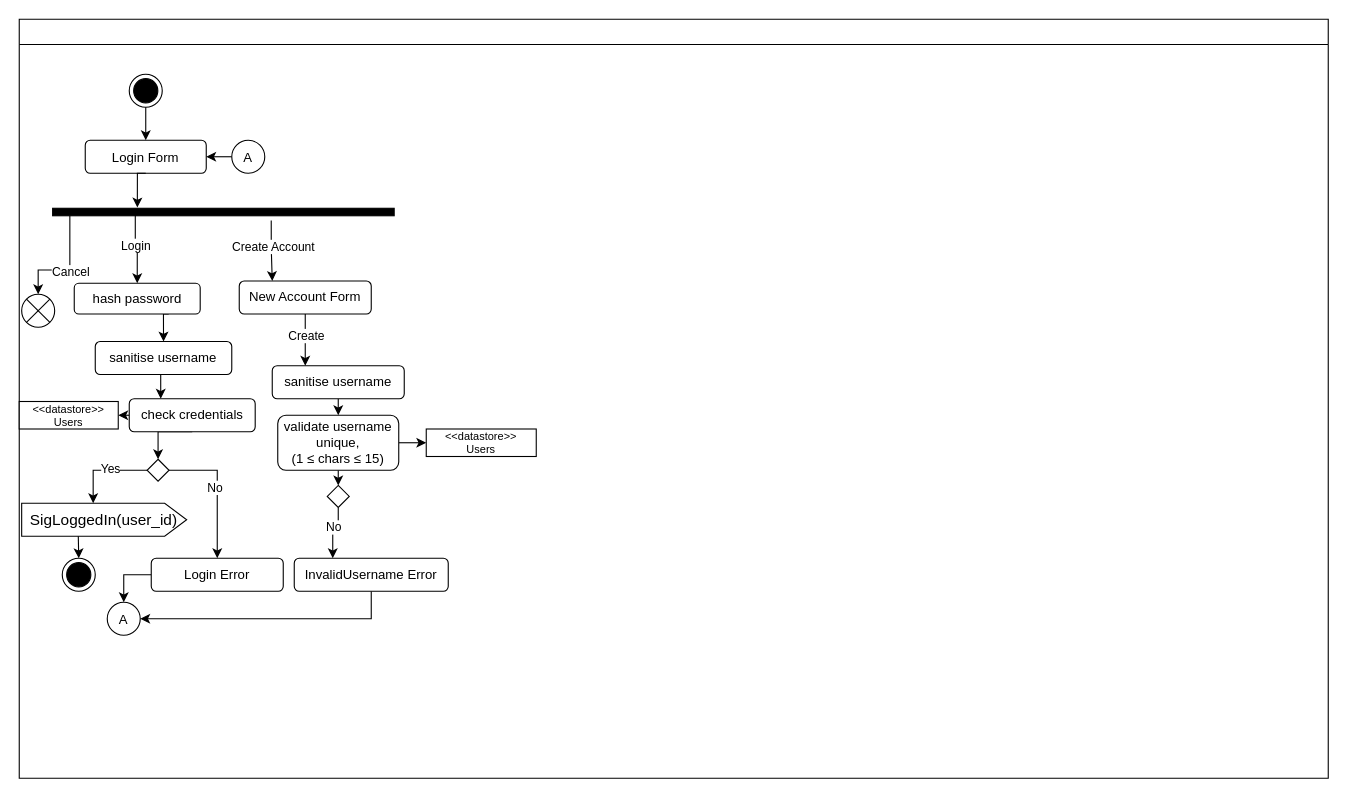
Before: Documentation/images/design/Login_System.drawio in JCSnelson/JSnelson-NEA, a draw.io diagram. Source tidied: cells renumbered, new cells numbered last; positions are measured from the earlier drawing's top-left corner, leaving out a move shared by most shapes. Both pictures are drawn from the tidied source at 110%, with x=0, y=0 at pixel (19, 19).
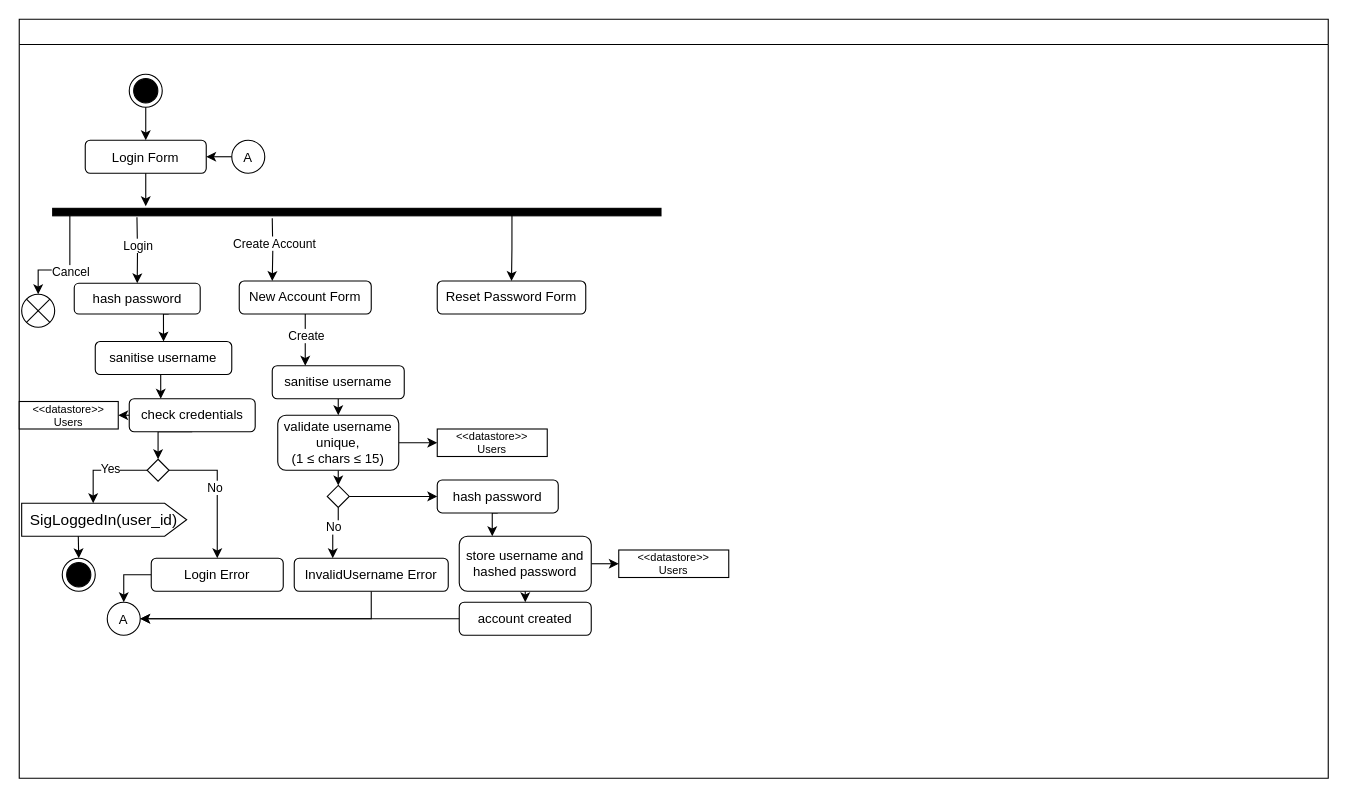
After the change.

Unchanged cells that the change refers to:
```xml
<mxCell id="2" style="swimlane;whiteSpace=wrap;" parent="1" vertex="1">
  <mxGeometry width="1190" height="690" as="geometry" />
</mxCell>
<mxCell id="3" value="Login Form" style="rounded=1;" parent="2" vertex="1">
  <mxGeometry x="60" y="110" width="110" height="30" as="geometry" />
</mxCell>
<mxCell id="14" value="hash password" style="rounded=1;whiteSpace=wrap;html=1;" parent="2" vertex="1">
  <mxGeometry x="50" y="240" width="114.5" height="28" as="geometry" />
</mxCell>
<mxCell id="38" value="New Account Form" style="rounded=1;whiteSpace=wrap;html=1;" parent="2" vertex="1">
  <mxGeometry x="200" y="238" width="120" height="30" as="geometry" />
</mxCell>
<mxCell id="41" value="&lt;div&gt;validate username&lt;/div&gt;&lt;div&gt;unique,&lt;br&gt;&lt;/div&gt;&lt;div&gt;(1 ≤ chars ≤ 15)&lt;br&gt;&lt;/div&gt;" style="rounded=1;whiteSpace=wrap;html=1;" parent="2" vertex="1">
  <mxGeometry x="235" y="360" width="110" height="50" as="geometry" />
</mxCell>
<mxCell id="45" style="rhombus;whiteSpace=wrap;html=1;" parent="2" vertex="1">
  <mxGeometry x="280" y="423.8" width="20" height="20" as="geometry" />
</mxCell>
```

What changed in the source:
```diff
@@
-    <mxCell id="6" style="edgeStyle=orthogonalEdgeStyle;rounded=0;jettySize=auto;html=1;entryX=0.5;entryY=0;entryDx=0;entryDy=0;exitX=0.8;exitY=0.758;exitDx=0;exitDy=0;exitPerimeter=0;" parent="2" edge="1" source="10" target="14">
+    <mxCell id="6" style="edgeStyle=orthogonalEdgeStyle;rounded=0;jettySize=auto;html=1;entryX=0.5;entryY=0;entryDx=0;entryDy=0;" parent="2" edge="1" target="14">
       <mxGeometry relative="1" as="geometry">
-        <Array as="points">
-          <mxPoint x="107" y="206" />
-        </Array>
+        <mxPoint x="107" y="180" as="sourcePoint" />
       </mxGeometry>
     </mxCell>
@@
-    <mxCell id="8" style="edgeStyle=orthogonalEdgeStyle;rounded=0;jettySize=auto;html=1;entryX=0.25;entryY=0;entryDx=0;entryDy=0;exitX=1.648;exitY=0.36;exitDx=0;exitDy=0;exitPerimeter=0;" parent="2" edge="1" source="10" target="38">
-      <mxGeometry relative="1" as="geometry" />
+    <mxCell id="8" style="edgeStyle=orthogonalEdgeStyle;rounded=0;jettySize=auto;html=1;entryX=0.25;entryY=0;entryDx=0;entryDy=0;" parent="2" edge="1" target="38">
+      <mxGeometry relative="1" as="geometry">
+        <mxPoint x="230" y="181" as="sourcePoint" />
+      </mxGeometry>
     </mxCell>
@@
+    <mxCell id="50" style="edgeStyle=orthogonalEdgeStyle;rounded=0;jettySize=auto;html=1;entryX=0.5;entryY=0;entryDx=0;entryDy=0;exitX=0.732;exitY=0.245;exitDx=0;exitDy=0;exitPerimeter=0;" parent="2" edge="1" source="10" target="61">
+      <mxGeometry relative="1" as="geometry" />
+    </mxCell>
     <mxCell id="10" style="html=1;points=[];perimeter=orthogonalPerimeter;fillColor=strokeColor;rotation=90;" parent="2" vertex="1">
-      <mxGeometry x="182.2" y="20" width="6.8" height="310.5" as="geometry" />
+      <mxGeometry x="303.5" y="-101.2" width="6.8" height="553" as="geometry" />
     </mxCell>
-    <mxCell id="11" style="edgeStyle=orthogonalEdgeStyle;rounded=0;jettySize=auto;html=1;exitX=0.5;exitY=1;exitDx=0;exitDy=0;entryX=-0.1;entryY=0.752;entryDx=0;entryDy=0;entryPerimeter=0;" parent="2" edge="1" source="3" target="10">
-      <mxGeometry relative="1" as="geometry" />
+    <mxCell id="11" style="edgeStyle=orthogonalEdgeStyle;rounded=0;jettySize=auto;html=1;exitX=0.5;exitY=1;exitDx=0;exitDy=0;" parent="2" edge="1" source="3">
+      <mxGeometry relative="1" as="geometry">
+        <mxPoint x="115" y="170" as="targetPoint" />
+      </mxGeometry>
     </mxCell>
@@
-    <mxCell id="39" style="edgeStyle=orthogonalEdgeStyle;rounded=0;jettySize=auto;html=1;exitX=1;exitY=0.5;exitDx=0;exitDy=0;entryX=0;entryY=0.5;entryDx=0;entryDy=0;" parent="2" edge="1" source="41" target="42">
-      <mxGeometry relative="1" as="geometry" />
-    </mxCell>
@@
+    <mxCell id="51" style="edgeStyle=orthogonalEdgeStyle;rounded=0;jettySize=auto;html=1;exitX=1;exitY=0.5;exitDx=0;exitDy=0;entryX=0;entryY=0.5;entryDx=0;entryDy=0;" parent="2" edge="1" source="41" target="58">
+      <mxGeometry relative="1" as="geometry" />
+    </mxCell>
@@
     <mxCell id="42" value="&lt;div style=&quot;font-size: 10px;&quot;&gt;&lt;font style=&quot;font-size: 10px;&quot;&gt;&amp;lt;&amp;lt;datastore&amp;gt;&amp;gt;&lt;/font&gt;&lt;/div&gt;&lt;div style=&quot;font-size: 10px;&quot;&gt;&lt;font style=&quot;font-size: 10px;&quot;&gt;Users&lt;br&gt;&lt;/font&gt;&lt;/div&gt;" style="rounded=0;whiteSpace=wrap;html=1;" parent="2" vertex="1">
-      <mxGeometry x="370" y="372.5" width="100" height="25" as="geometry" />
+      <mxGeometry x="545" y="482.5" width="100" height="25" as="geometry" />
     </mxCell>
@@
+    <mxCell id="52" style="edgeStyle=orthogonalEdgeStyle;rounded=0;jettySize=auto;html=1;exitX=1;exitY=0.5;exitDx=0;exitDy=0;entryX=0;entryY=0.5;entryDx=0;entryDy=0;" parent="2" edge="1" source="45" target="54">
+      <mxGeometry relative="1" as="geometry" />
+    </mxCell>
@@
+    <mxCell id="53" style="edgeStyle=orthogonalEdgeStyle;rounded=0;jettySize=auto;html=1;exitX=0.5;exitY=1;exitDx=0;exitDy=0;entryX=0.25;entryY=0;entryDx=0;entryDy=0;" parent="2" edge="1" source="54" target="57">
+      <mxGeometry relative="1" as="geometry" />
+    </mxCell>
+    <mxCell id="54" value="hash password" style="rounded=1;whiteSpace=wrap;html=1;" parent="2" vertex="1">
+      <mxGeometry x="380" y="418.8" width="110" height="30" as="geometry" />
+    </mxCell>
+    <mxCell id="55" style="edgeStyle=orthogonalEdgeStyle;rounded=0;jettySize=auto;html=1;exitX=1;exitY=0.5;exitDx=0;exitDy=0;entryX=0;entryY=0.5;entryDx=0;entryDy=0;" parent="2" edge="1" source="57" target="42">
+      <mxGeometry relative="1" as="geometry" />
+    </mxCell>
+    <mxCell id="56" style="edgeStyle=orthogonalEdgeStyle;rounded=0;jettySize=auto;html=1;exitX=0.5;exitY=1;exitDx=0;exitDy=0;entryX=0.5;entryY=0;entryDx=0;entryDy=0;" parent="2" edge="1" source="57" target="60">
+      <mxGeometry relative="1" as="geometry" />
+    </mxCell>
+    <mxCell id="57" value="store username and hashed password" style="rounded=1;whiteSpace=wrap;html=1;" parent="2" vertex="1">
+      <mxGeometry x="400" y="470" width="120" height="50" as="geometry" />
+    </mxCell>
+    <mxCell id="58" value="&lt;div style=&quot;font-size: 10px;&quot;&gt;&lt;font style=&quot;font-size: 10px;&quot;&gt;&amp;lt;&amp;lt;datastore&amp;gt;&amp;gt;&lt;/font&gt;&lt;/div&gt;&lt;div style=&quot;font-size: 10px;&quot;&gt;&lt;font style=&quot;font-size: 10px;&quot;&gt;Users&lt;br&gt;&lt;/font&gt;&lt;/div&gt;" style="rounded=0;whiteSpace=wrap;html=1;" parent="2" vertex="1">
+      <mxGeometry x="380" y="372.5" width="100" height="25" as="geometry" />
+    </mxCell>
+    <mxCell id="59" style="edgeStyle=orthogonalEdgeStyle;rounded=0;jettySize=auto;html=1;exitX=0;exitY=0.5;exitDx=0;exitDy=0;" parent="2" edge="1" source="60">
+      <mxGeometry relative="1" as="geometry">
+        <mxPoint x="110" y="545" as="targetPoint" />
+      </mxGeometry>
+    </mxCell>
+    <mxCell id="60" value="account created" style="rounded=1;whiteSpace=wrap;html=1;" parent="2" vertex="1">
+      <mxGeometry x="400" y="530" width="120" height="30" as="geometry" />
+    </mxCell>
+    <mxCell id="61" value="Reset Password Form" style="rounded=1;whiteSpace=wrap;html=1;" parent="2" vertex="1">
+      <mxGeometry x="380" y="238" width="135" height="30" as="geometry" />
+    </mxCell>
```
